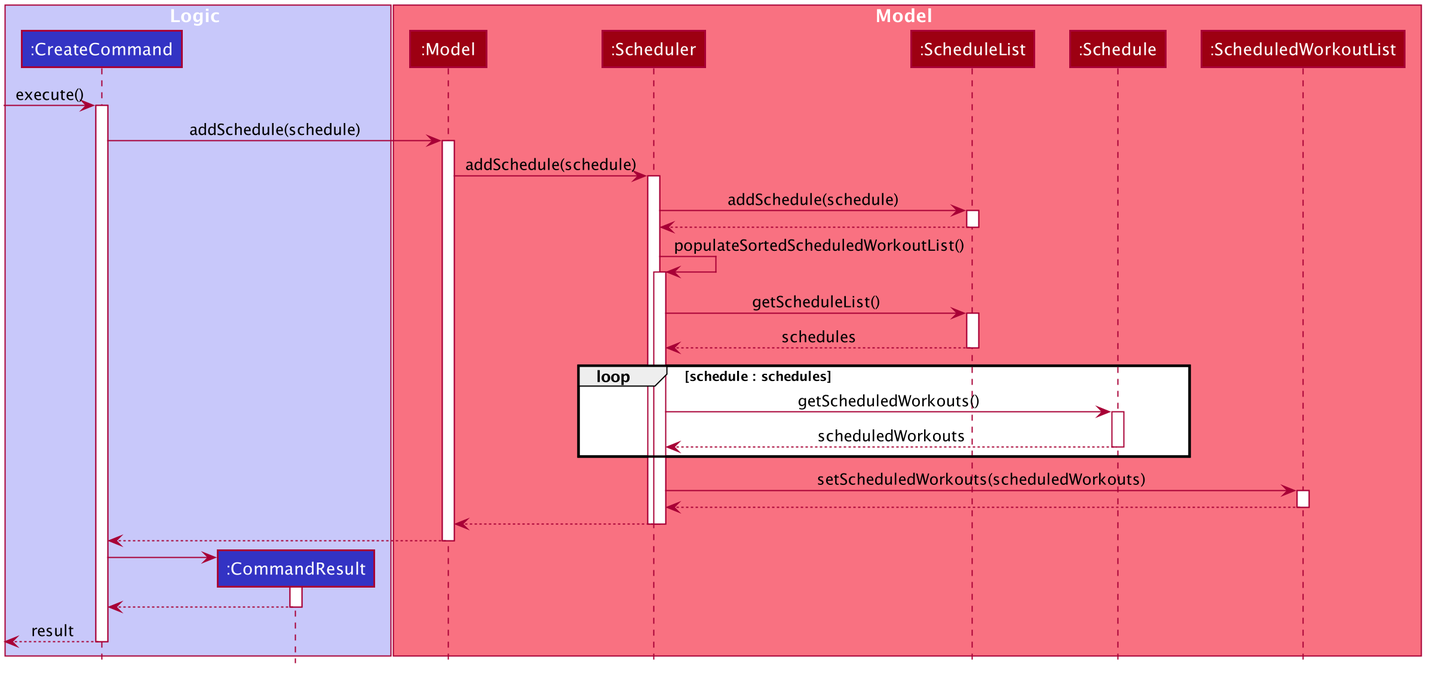
Earlier version of the PlantUML export images/developer-guide/schedule/PopulateSortedScheduledWorkoutList.png (AY1920S2-CS2103T-W16-2/main). The source it was exported from:
```plantuml
@startuml








skinparam BackgroundColor #FFFFFFF

skinparam Shadowing false

skinparam Class {
    FontColor #FFFFFF
    BorderThickness 1
    BorderColor #FFFFFF
    StereotypeFontColor #FFFFFF
    FontName Arial
}

skinparam Actor {
    BorderColor #000000
    Color #000000
    FontName Arial
}

skinparam Sequence {
    MessageAlign center
    BoxFontSize 15
    BoxPadding 0
    BoxFontColor #FFFFFF
    FontName Arial
}

skinparam Participant {
    FontColor #FFFFFFF
    Padding 20
}

skinparam MinClassWidth 50
skinparam ParticipantPadding 10
skinparam Shadowing false
skinparam DefaultTextAlignment center
skinparam packageStyle Rectangle

hide footbox
hide members
hide circle

box Logic #C8C8FA
participant ":CreateCommand" as CreateCommand #3333C4
participant ":CommandResult" as CommandResult #3333C4
end box

box Model #F97181
participant ":Model" as Model #9D0012
participant ":Scheduler" as Scheduler #9D0012
participant ":ScheduleList" as ScheduleList #9D0012
participant ":Schedule" as Schedule #9D0012
participant ":ScheduledWorkoutList" as ScheduledWorkoutList #9D0012
end box

[-> CreateCommand : execute()
activate CreateCommand

CreateCommand -> Model : addSchedule(schedule)
activate Model

Model -> Scheduler : addSchedule(schedule)
activate Scheduler

    Scheduler -> ScheduleList : addSchedule(schedule)
    activate ScheduleList
    Scheduler <-- ScheduleList
    deactivate ScheduleList


    Scheduler -> Scheduler : populateSortedScheduledWorkoutList()
    activate Scheduler

    Scheduler -> ScheduleList : getScheduleList()
    activate ScheduleList
    Scheduler <-- ScheduleList : schedules
    deactivate ScheduleList


    loop schedule : schedules
        Scheduler -> Schedule : getScheduledWorkouts()
        activate Schedule
        Scheduler <-- Schedule : scheduledWorkouts
        deactivate Schedule
    end

    Scheduler -> ScheduledWorkoutList : setScheduledWorkouts(scheduledWorkouts)
    activate ScheduledWorkoutList
    Scheduler <-- ScheduledWorkoutList
    deactivate ScheduledWorkoutList

Model <-- Scheduler
deactivate Scheduler
deactivate Scheduler

CreateCommand <-- Model
deactivate Model

create CommandResult
CreateCommand -> CommandResult
activate CommandResult
CommandResult --> CreateCommand
deactivate CommandResult

[<--CreateCommand : result
deactivate CreateCommand

@enduml
```
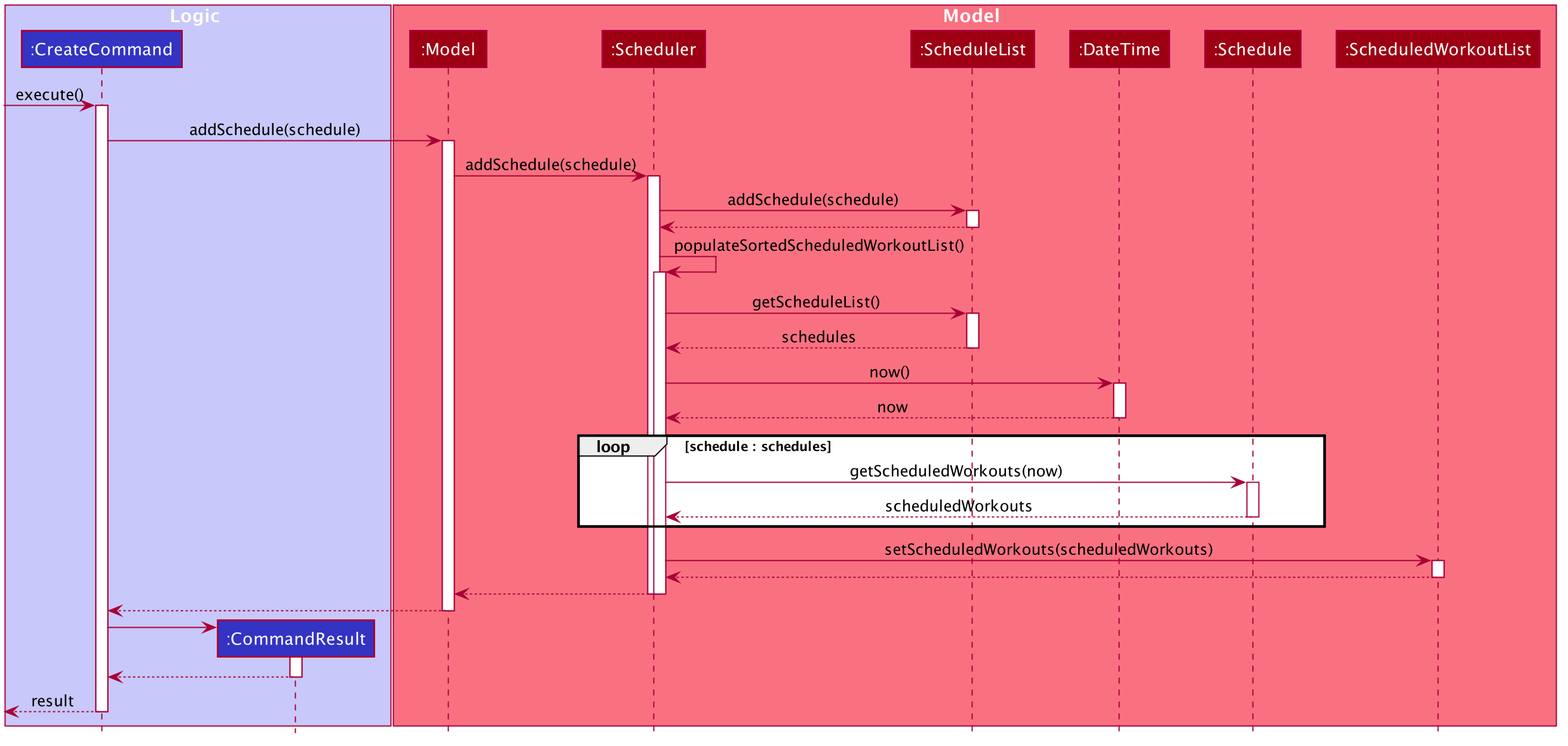
Above is the later version.

The edit, as a diff of the source:
```diff
@@ -1,4 +1,5 @@
 @startuml
+
 
 
 
@@ -57,6 +58,7 @@
 participant ":Model" as Model #9D0012
 participant ":Scheduler" as Scheduler #9D0012
 participant ":ScheduleList" as ScheduleList #9D0012
+participant ":DateTime" as DateTime #9D0012
 participant ":Schedule" as Schedule #9D0012
 participant ":ScheduledWorkoutList" as ScheduledWorkoutList #9D0012
 end box
@@ -85,8 +87,14 @@
     deactivate ScheduleList
 
 
+    Scheduler -> DateTime : now()
+    activate DateTime
+    Scheduler <-- DateTime : now
+    deactivate DateTime
+
+
     loop schedule : schedules
-        Scheduler -> Schedule : getScheduledWorkouts()
+        Scheduler -> Schedule : getScheduledWorkouts(now)
         activate Schedule
         Scheduler <-- Schedule : scheduledWorkouts
         deactivate Schedule
```
